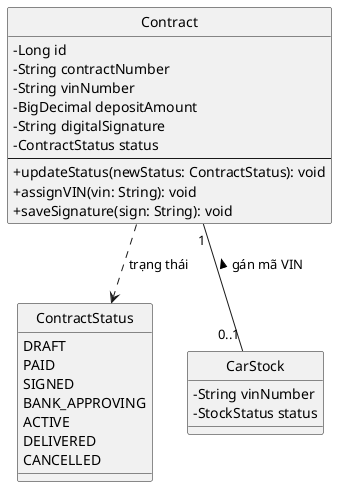
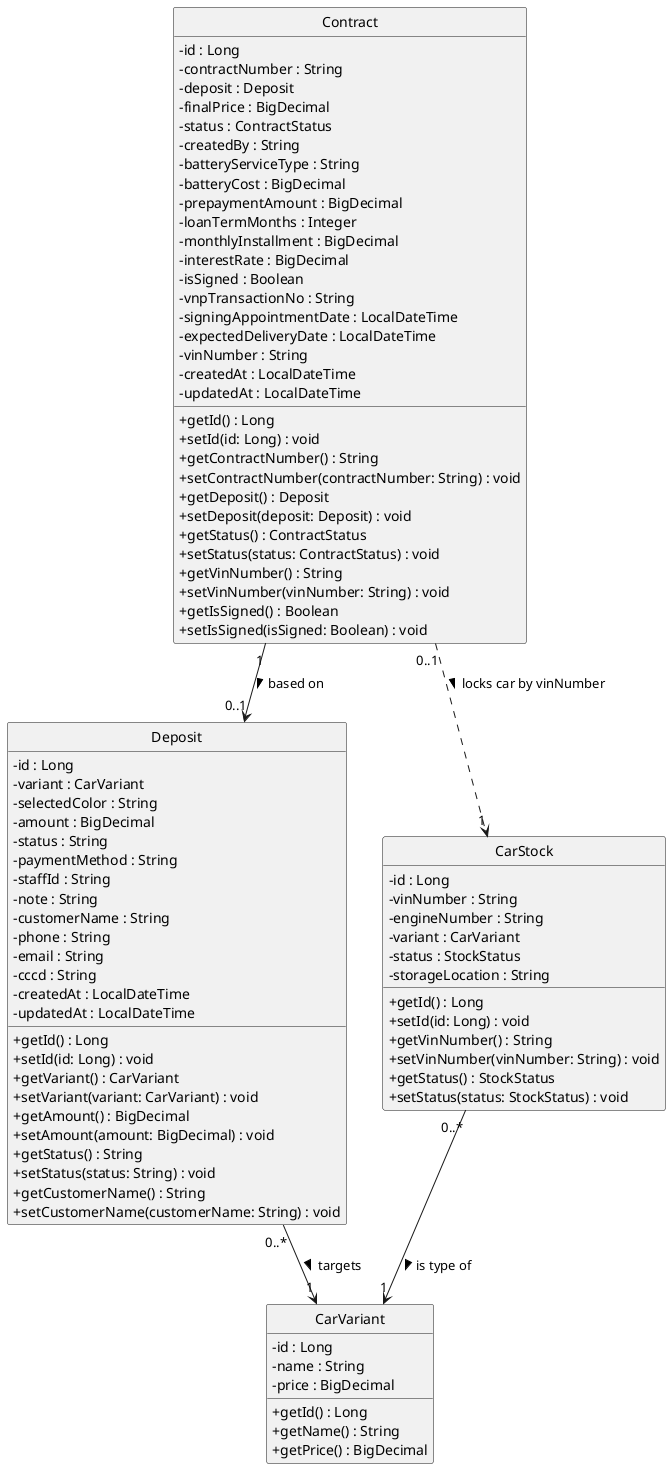
@startuml
skinparam classAttributeIconSize 0
- skinparam style strictuml
+ skinparam Style strictuml
+ skinparam shadowing false
+ skinparam linetype polyline


+ class Contract {
+   - id : Long
+   - contractNumber : String
+   - deposit : Deposit
+   - finalPrice : BigDecimal
+   - status : ContractStatus
+   - createdBy : String
+   - batteryServiceType : String
+   - batteryCost : BigDecimal
+   - prepaymentAmount : BigDecimal
+   - loanTermMonths : Integer
+   - monthlyInstallment : BigDecimal
+   - interestRate : BigDecimal
+   - isSigned : Boolean
+   - vnpTransactionNo : String
+   - signingAppointmentDate : LocalDateTime
+   - expectedDeliveryDate : LocalDateTime
+   - vinNumber : String
+   - createdAt : LocalDateTime
+   - updatedAt : LocalDateTime

-     class Contract {
-         - Long id
-         - String contractNumber
-         - String vinNumber
-         - BigDecimal depositAmount
-         - String digitalSignature
-         - ContractStatus status
-         --
-         + updateStatus(newStatus: ContractStatus): void
-         + assignVIN(vin: String): void
-         + saveSignature(sign: String): void
-     }
+   + getId() : Long
+   + setId(id: Long) : void
+   + getContractNumber() : String
+   + setContractNumber(contractNumber: String) : void
+   + getDeposit() : Deposit
+   + setDeposit(deposit: Deposit) : void
+   + getStatus() : ContractStatus
+   + setStatus(status: ContractStatus) : void
+   + getVinNumber() : String
+   + setVinNumber(vinNumber: String) : void
+   + getIsSigned() : Boolean
+   + setIsSigned(isSigned: Boolean) : void
+   ' Các Get/Set khác được ẩn bớt để tối ưu hiển thị
+ }

-     enum ContractStatus {
-         DRAFT
-         PAID
-         SIGNED
-         BANK_APPROVING
-         ACTIVE
-         DELIVERED
-         CANCELLED
-     }
+ class Deposit {
+   - id : Long
+   - variant : CarVariant
+   - selectedColor : String
+   - amount : BigDecimal
+   - status : String
+   - paymentMethod : String
+   - staffId : String
+   - note : String
+   - customerName : String
+   - phone : String
+   - email : String
+   - cccd : String
+   - createdAt : LocalDateTime
+   - updatedAt : LocalDateTime

+   + getId() : Long
+   + setId(id: Long) : void
+   + getVariant() : CarVariant
+   + setVariant(variant: CarVariant) : void
+   + getAmount() : BigDecimal
+   + setAmount(amount: BigDecimal) : void
+   + getStatus() : String
+   + setStatus(status: String) : void
+   + getCustomerName() : String
+   + setCustomerName(customerName: String) : void
+   ' Các Get/Set khác được ẩn bớt để tối ưu hiển thị
+ }

+ class CarStock {
+   - id : Long
+   - vinNumber : String
+   - engineNumber : String
+   - variant : CarVariant
+   - status : StockStatus
+   - storageLocation : String

-     class CarStock {
-         - String vinNumber
-         - StockStatus status
-     }
+   + getId() : Long
+   + setId(id: Long) : void
+   + getVinNumber() : String
+   + setVinNumber(vinNumber: String) : void
+   + getStatus() : StockStatus
+   + setStatus(status: StockStatus) : void
+ }

+ class CarVariant {
+   - id : Long
+   - name : String
+   - price : BigDecimal

+   + getId() : Long
+   + getName() : String
+   + getPrice() : BigDecimal
+ }

+ ' =========================================
+ ' MỐI QUAN HỆ GIỮA CÁC THỰC THỂ
+ ' =========================================

- ' Relationships
- Contract "1" -- "0..1" CarStock : "gán mã VIN <"
- Contract ..> ContractStatus : "trạng thái"
+ ' Một Hợp đồng được tạo dựa trên một Đơn đặt cọc (OneToOne)
+ Contract "1" --> "0..1" Deposit : based on >

+ ' Một Đơn đặt cọc xác định một Phiên bản xe cụ thể (ManyToOne)
+ Deposit "0..*" --> "1" CarVariant : targets >
+ 
+ ' Xe trong kho thuộc về một Phiên bản xe (ManyToOne)
+ CarStock "0..*" --> "1" CarVariant : is type of >
+ 
+ ' Hợp đồng tham chiếu trực tiếp đến xe vật lý thông qua vinNumber
+ Contract "0..1" ..> "1" CarStock : locks car by vinNumber >

@enduml